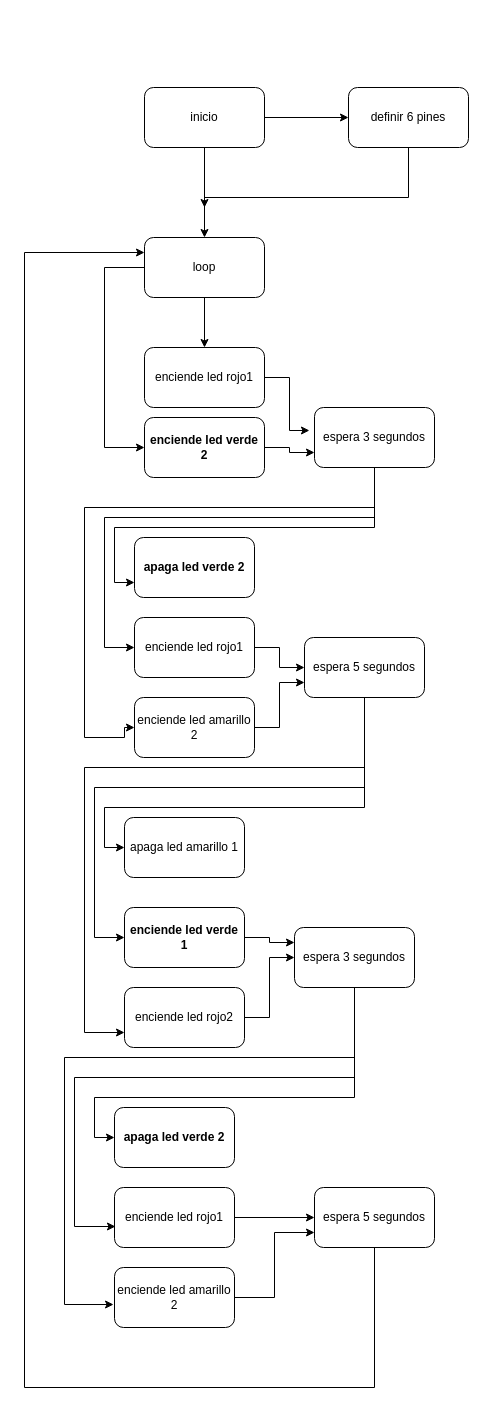
Before: cruce semaforo.drawio in dcapera04/CLASEIOT, a draw.io diagram. Source tidied: cells renumbered, new cells numbered last; positions are measured from the earlier drawing's top-left corner, leaving out a move shared by most shapes. Both pictures are drawn from the tidied source at 100%, with x=0, y=0 at pixel (24, 87).
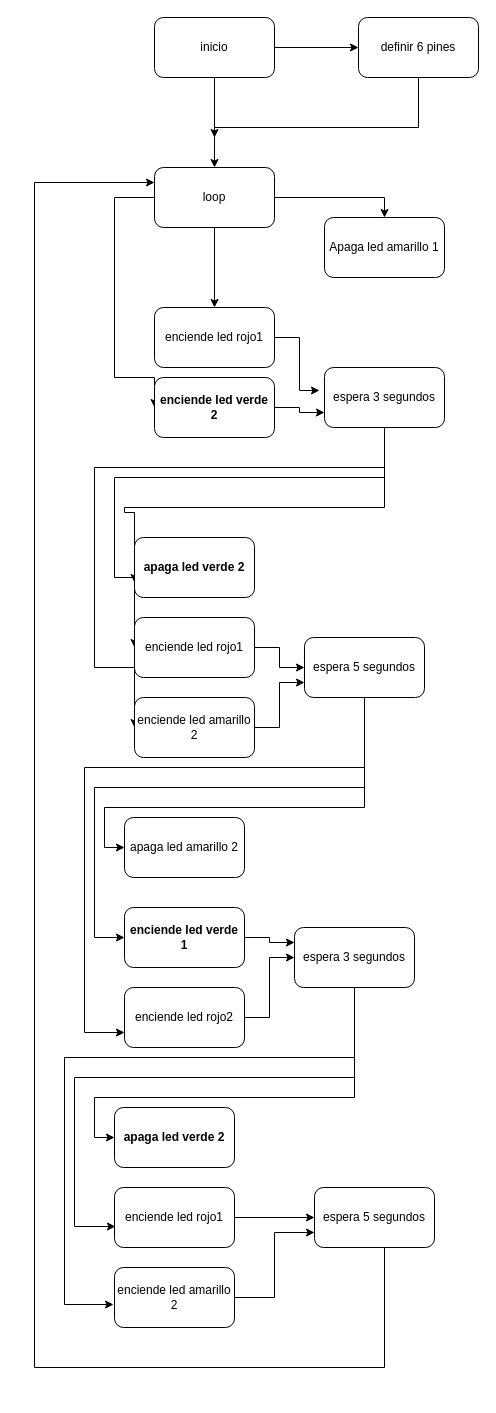
Above is the later version.

Unchanged cells that the change refers to:
```xml
<mxCell id="26" value="enciende led amarillo 2" style="rounded=1;whiteSpace=wrap;html=1;" parent="1" vertex="1">
  <mxGeometry x="110" y="610" width="120" height="60" as="geometry" />
</mxCell>
<mxCell id="30" value="enciende led rojo1" style="rounded=1;whiteSpace=wrap;html=1;" parent="1" vertex="1">
  <mxGeometry x="110" y="530" width="120" height="60" as="geometry" />
</mxCell>
<mxCell id="31" value="apaga led verde 2" style="rounded=1;whiteSpace=wrap;html=1;fontStyle=1;" parent="1" vertex="1">
  <mxGeometry x="110" y="450" width="120" height="60" as="geometry" />
</mxCell>
<mxCell id="42" value="espera 5 segundos" style="rounded=1;whiteSpace=wrap;html=1;" parent="1" vertex="1">
  <mxGeometry x="290" y="1100" width="120" height="60" as="geometry" />
</mxCell>
```

Diff of the diagram source:
```diff
@@
     <mxCell id="4" value="inicio" style="rounded=1;whiteSpace=wrap;html=1;" parent="1" vertex="1">
-      <mxGeometry x="120" width="120" height="60" as="geometry" />
+      <mxGeometry x="130" y="-70" width="120" height="60" as="geometry" />
     </mxCell>
     <mxCell id="5" style="edgeStyle=orthogonalEdgeStyle;rounded=0;jettySize=auto;html=1;" parent="1" edge="1" source="6">
       <mxGeometry relative="1" as="geometry">
-        <mxPoint x="180" y="120" as="targetPoint" />
+        <mxPoint x="190" y="50" as="targetPoint" />
         <Array as="points">
-          <mxPoint x="384" y="110" />
-          <mxPoint x="180" y="110" />
+          <mxPoint x="394" y="40" />
+          <mxPoint x="190" y="40" />
         </Array>
       </mxGeometry>
     </mxCell>
     <mxCell id="6" value="definir 6 pines" style="rounded=1;whiteSpace=wrap;html=1;" parent="1" vertex="1">
-      <mxGeometry x="324" width="120" height="60" as="geometry" />
+      <mxGeometry x="334" y="-70" width="120" height="60" as="geometry" />
     </mxCell>
@@
     <mxCell id="8" style="edgeStyle=orthogonalEdgeStyle;rounded=0;jettySize=auto;html=1;entryX=0;entryY=0.5;entryDx=0;entryDy=0;" parent="1" edge="1" source="9" target="28">
       <mxGeometry relative="1" as="geometry">
         <Array as="points">
-          <mxPoint x="80" y="180" />
-          <mxPoint x="80" y="360" />
+          <mxPoint x="90" y="110" />
+          <mxPoint x="90" y="290" />
         </Array>
       </mxGeometry>
     </mxCell>
+    <mxCell id="43" style="edgeStyle=orthogonalEdgeStyle;rounded=0;jettySize=auto;html=1;entryX=0.5;entryY=0;entryDx=0;entryDy=0;" parent="1" edge="1" source="9" target="44">
+      <mxGeometry relative="1" as="geometry" />
+    </mxCell>
     <mxCell id="9" value="loop" style="rounded=1;whiteSpace=wrap;html=1;" parent="1" vertex="1">
-      <mxGeometry x="120" y="150" width="120" height="60" as="geometry" />
+      <mxGeometry x="130" y="80" width="120" height="60" as="geometry" />
     </mxCell>
     <mxCell id="10" style="edgeStyle=orthogonalEdgeStyle;rounded=0;jettySize=auto;html=1;entryX=-0.042;entryY=0.383;entryDx=0;entryDy=0;entryPerimeter=0;" parent="1" edge="1" source="11" target="19">
       <mxGeometry relative="1" as="geometry">
         <Array as="points">
-          <mxPoint x="265" y="290" />
-          <mxPoint x="265" y="343" />
+          <mxPoint x="275" y="250" />
+          <mxPoint x="275" y="303" />
         </Array>
       </mxGeometry>
     </mxCell>
     <mxCell id="11" value="enciende led rojo1" style="rounded=1;whiteSpace=wrap;html=1;" parent="1" vertex="1">
-      <mxGeometry x="120" y="260" width="120" height="60" as="geometry" />
+      <mxGeometry x="130" y="220" width="120" height="60" as="geometry" />
     </mxCell>
@@
     <mxCell id="16" style="edgeStyle=orthogonalEdgeStyle;rounded=0;jettySize=auto;html=1;entryX=0;entryY=0.75;entryDx=0;entryDy=0;" parent="1" edge="1" source="19" target="31">
       <mxGeometry relative="1" as="geometry">
         <Array as="points">
-          <mxPoint x="350" y="440" />
-          <mxPoint x="90" y="440" />
-          <mxPoint x="90" y="495" />
+          <mxPoint x="360" y="420" />
+          <mxPoint x="100" y="420" />
+          <mxPoint x="100" y="425" />
+          <mxPoint x="110" y="425" />
         </Array>
       </mxGeometry>
     </mxCell>
     <mxCell id="17" style="edgeStyle=orthogonalEdgeStyle;rounded=0;jettySize=auto;html=1;entryX=0;entryY=0.5;entryDx=0;entryDy=0;" parent="1" edge="1" source="19" target="30">
       <mxGeometry relative="1" as="geometry">
         <Array as="points">
-          <mxPoint x="350" y="430" />
-          <mxPoint x="80" y="430" />
-          <mxPoint x="80" y="560" />
+          <mxPoint x="360" y="390" />
+          <mxPoint x="90" y="390" />
+          <mxPoint x="90" y="490" />
+          <mxPoint x="110" y="490" />
         </Array>
       </mxGeometry>
     </mxCell>
     <mxCell id="18" style="edgeStyle=orthogonalEdgeStyle;rounded=0;jettySize=auto;html=1;entryX=0;entryY=0.5;entryDx=0;entryDy=0;" parent="1" edge="1" source="19" target="26">
       <mxGeometry relative="1" as="geometry">
         <Array as="points">
-          <mxPoint x="350" y="420" />
-          <mxPoint x="60" y="420" />
-          <mxPoint x="60" y="650" />
-          <mxPoint x="100" y="650" />
-          <mxPoint x="100" y="640" />
+          <mxPoint x="360" y="380" />
+          <mxPoint x="70" y="380" />
+          <mxPoint x="70" y="580" />
+          <mxPoint x="110" y="580" />
         </Array>
       </mxGeometry>
     </mxCell>
     <mxCell id="19" value="espera 3 segundos" style="rounded=1;whiteSpace=wrap;html=1;" parent="1" vertex="1">
-      <mxGeometry x="290" y="320" width="120" height="60" as="geometry" />
+      <mxGeometry x="300" y="280" width="120" height="60" as="geometry" />
     </mxCell>
-    <mxCell id="20" value="apaga led amarillo 1" style="rounded=1;whiteSpace=wrap;html=1;" parent="1" vertex="1">
+    <mxCell id="20" value="apaga led amarillo 2" style="rounded=1;whiteSpace=wrap;html=1;" parent="1" vertex="1">
       <mxGeometry x="100" y="730" width="120" height="60" as="geometry" />
     </mxCell>
@@
     <mxCell id="28" value="enciende led verde 2" style="rounded=1;whiteSpace=wrap;html=1;fontStyle=1;" parent="1" vertex="1">
-      <mxGeometry x="120" y="330" width="120" height="60" as="geometry" />
+      <mxGeometry x="130" y="290" width="120" height="60" as="geometry" />
     </mxCell>
@@
     <mxCell id="41" style="edgeStyle=orthogonalEdgeStyle;rounded=0;jettySize=auto;html=1;entryX=0;entryY=0.25;entryDx=0;entryDy=0;" parent="1" edge="1" source="42" target="9">
       <mxGeometry relative="1" as="geometry">
         <Array as="points">
-          <mxPoint x="350" y="1300" />
-          <mxPoint y="1300" />
-          <mxPoint y="165" />
+          <mxPoint x="360" y="1280" />
+          <mxPoint x="10" y="1280" />
+          <mxPoint x="10" y="95" />
         </Array>
       </mxGeometry>
     </mxCell>
@@
+    <mxCell id="44" value="Apaga led amarillo 1" style="rounded=1;whiteSpace=wrap;html=1;" parent="1" vertex="1">
+      <mxGeometry x="300" y="130" width="120" height="60" as="geometry" />
+    </mxCell>
```
